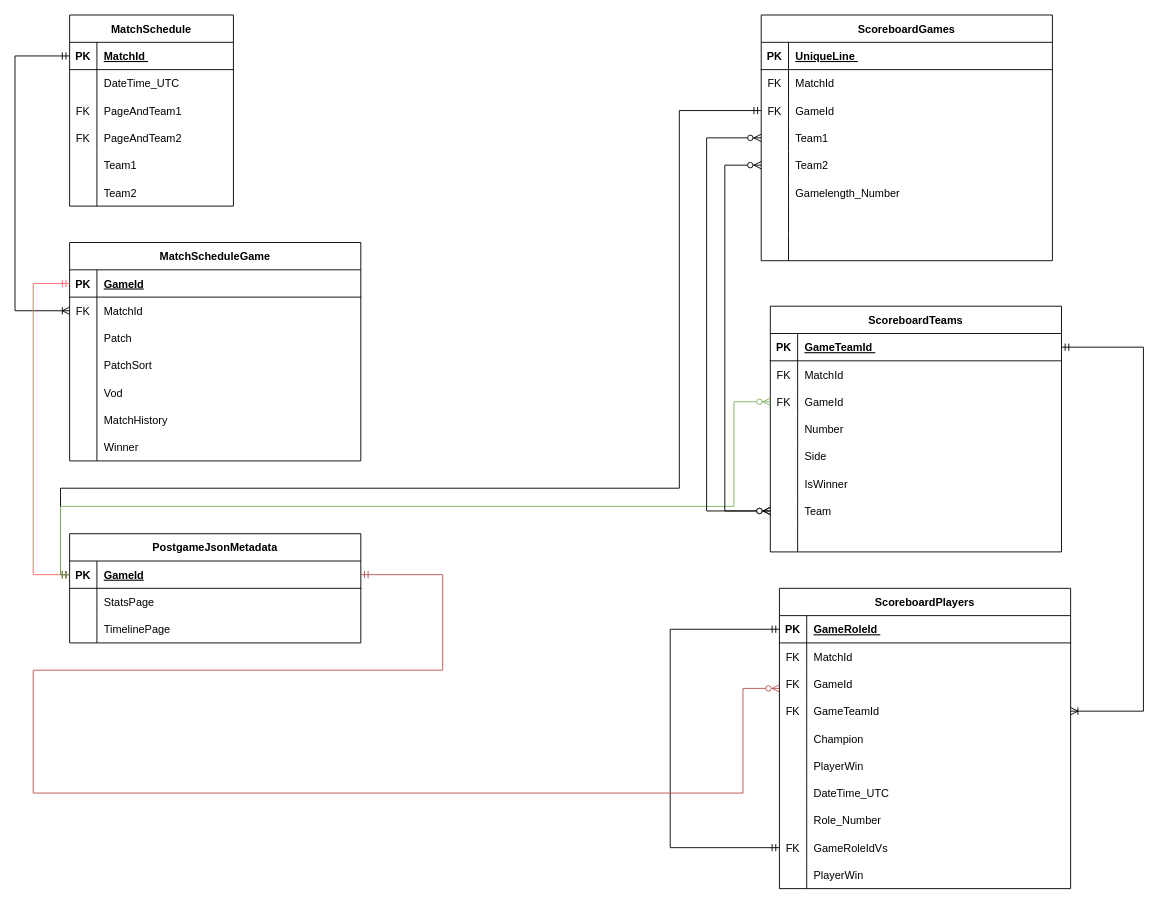
The draw.io diagram Untitled Diagram.drawio in EderReisS/API_LoL, before the edit. Source tidied: cells renumbered, new cells numbered last; positions are measured from the earlier drawing's top-left corner, leaving out a move shared by most shapes. Both pictures are drawn from the tidied source at 91%, with x=0, y=0 at pixel (15, 15).
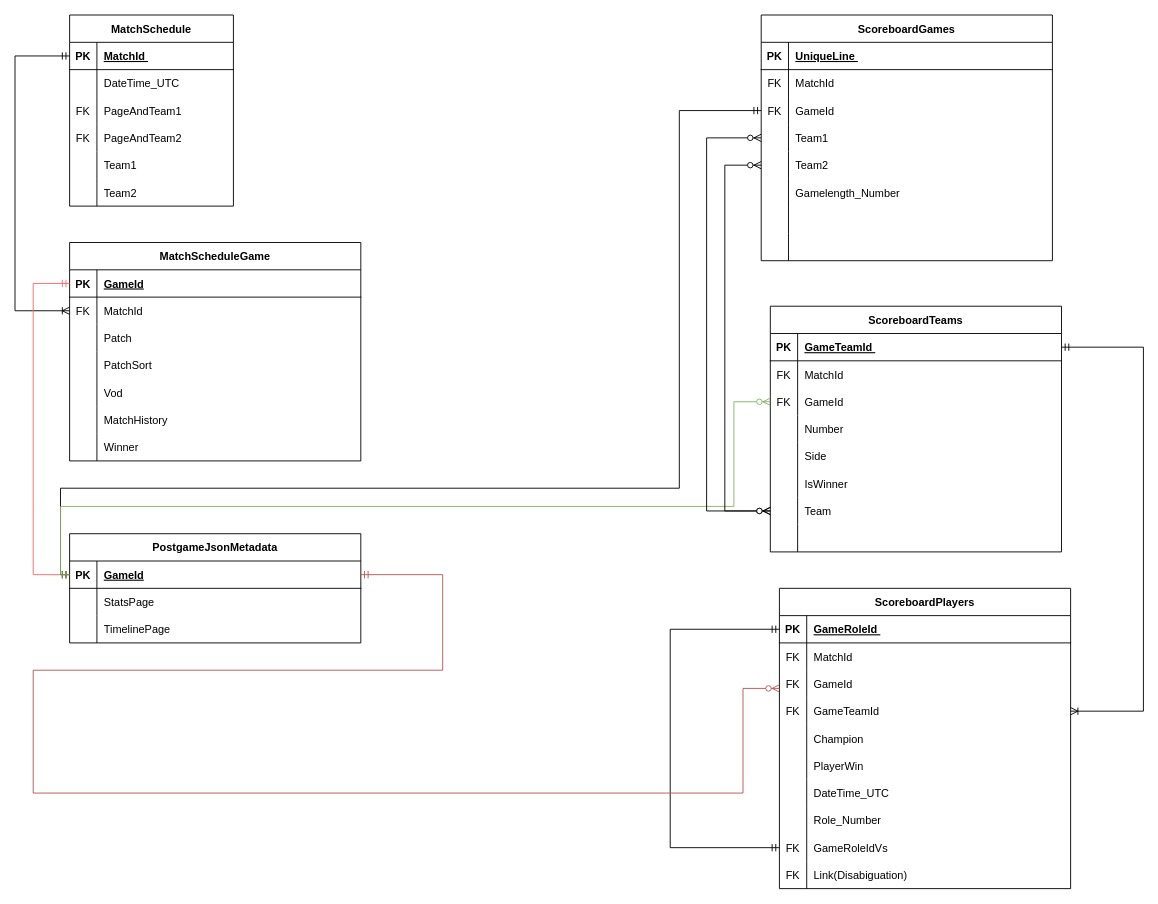
The same page after the edit.

The change refers to these unchanged cells:
```xml
<mxCell id="133" style="shape=tableRow;horizontal=0;startSize=0;swimlaneHead=0;swimlaneBody=0;fillColor=none;top=0;left=0;right=0;bottom=0;" parent="105" vertex="1">
  <mxGeometry y="300" width="320" height="30" as="geometry" />
</mxCell>
```

The edit, as a diff of the source:
```diff
@@
-    <mxCell id="134" style="shape=partialRectangle;fillColor=none;top=0;left=0;bottom=0;right=0;overflow=hidden;" parent="133" vertex="1">
+    <mxCell id="134" value="FK" style="shape=partialRectangle;fillColor=none;top=0;left=0;bottom=0;right=0;overflow=hidden;" parent="133" vertex="1">
       <mxGeometry width="30" height="30" as="geometry" />
     </mxCell>
-    <mxCell id="135" value="PlayerWin" style="shape=partialRectangle;fillColor=none;top=0;left=0;bottom=0;right=0;align=left;spacingLeft=6;overflow=hidden;" parent="133" vertex="1">
+    <mxCell id="135" value="Link(Disabiguation)" style="shape=partialRectangle;fillColor=none;top=0;left=0;bottom=0;right=0;align=left;spacingLeft=6;overflow=hidden;" parent="133" vertex="1">
       <mxGeometry x="30" width="290" height="30" as="geometry" />
     </mxCell>
```
